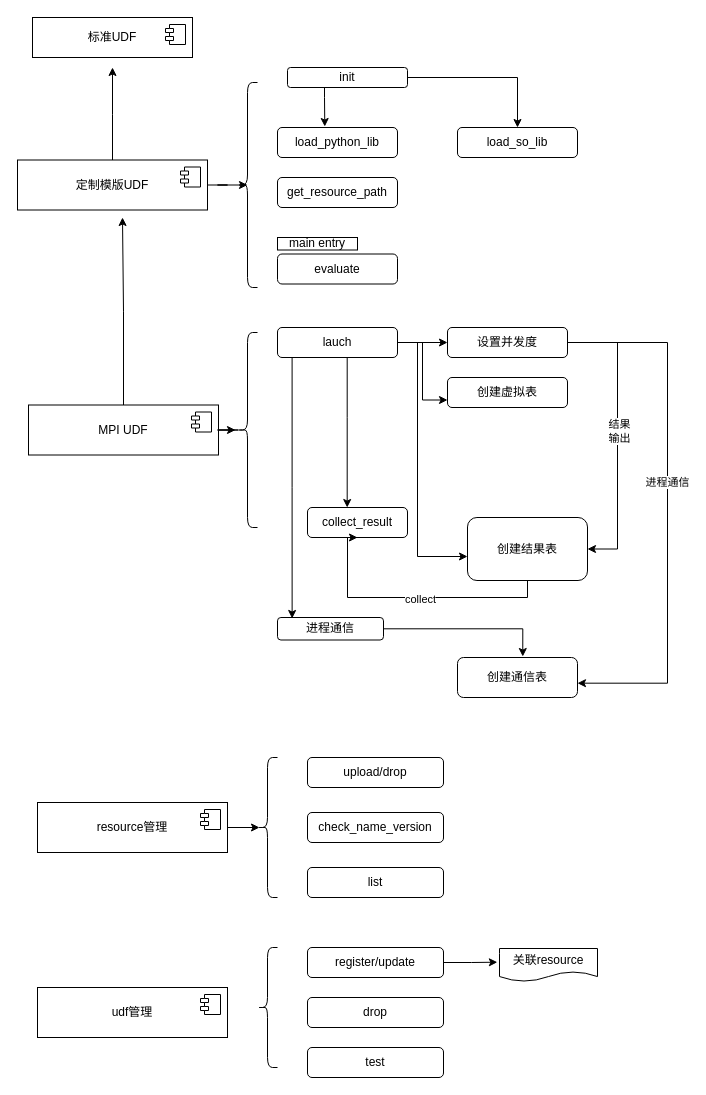
Before: 未命名绘图.drawio in nieo2002/20K-cities, a draw.io diagram. Source tidied: cells renumbered, new cells numbered last; positions are measured from the earlier drawing's top-left corner, leaving out a move shared by most shapes. Both pictures are drawn from the tidied source at 100%, with x=0, y=0 at pixel (17, 17).
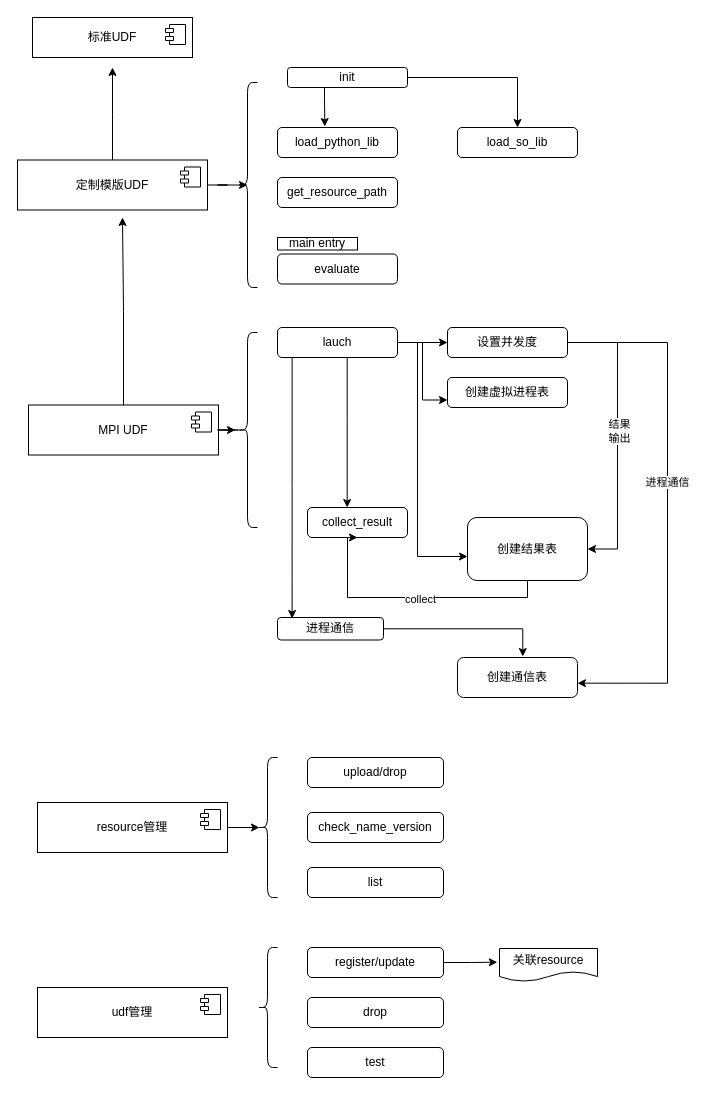
The same page after the edit.

What changed in the source:
```diff
@@
-    <mxCell id="42" value="创建虚拟表" style="rounded=1;whiteSpace=wrap;html=1;" parent="1" vertex="1">
+    <mxCell id="42" value="创建虚拟进程表" style="rounded=1;whiteSpace=wrap;html=1;" parent="1" vertex="1">
       <mxGeometry x="430" y="360" width="120" height="30" as="geometry" />
     </mxCell>
```
